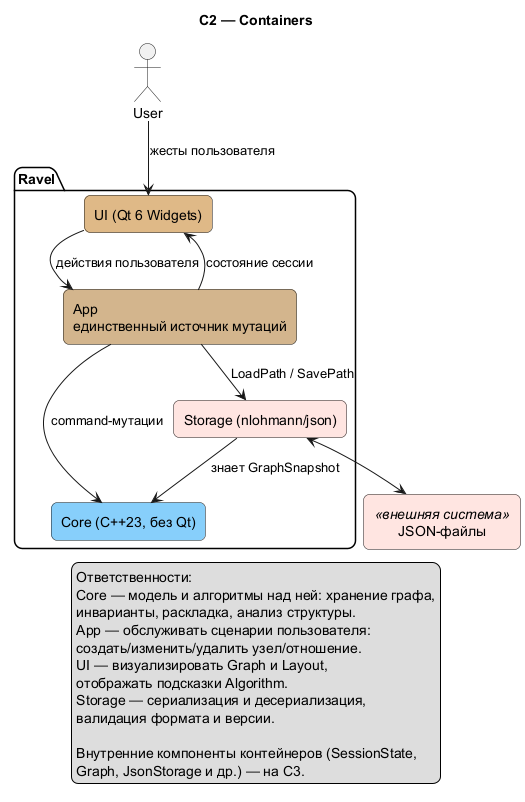
Earlier version of the PlantUML export docs/assets/c4/C2.png (Anastas2817/ravel-kb).
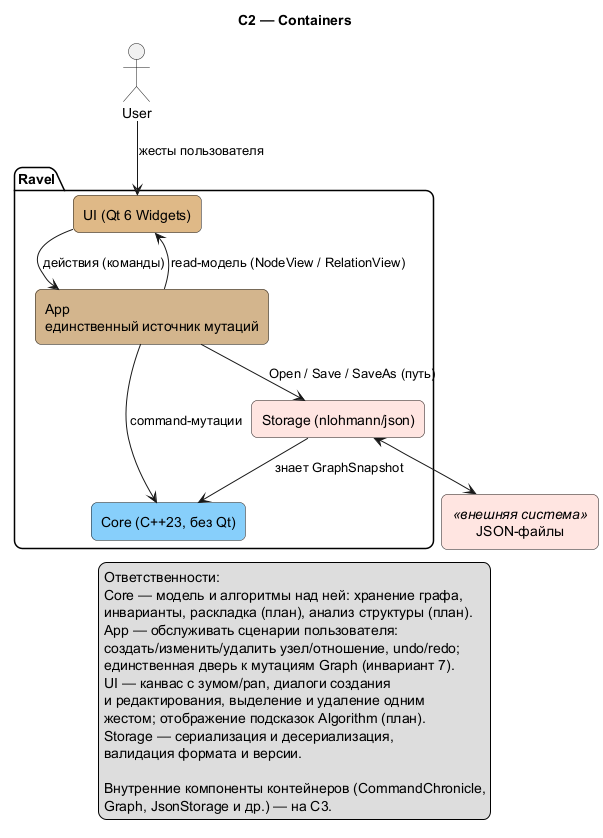
Later version of the same file.

Change to the diagram source:
```diff
@@ -27,25 +27,27 @@
 rectangle "JSON-файлы" as Json <<внешняя система>> #MistyRose
 
 User --> UI : жесты пользователя
-UI --> App : действия пользователя
-App --> UI : состояние сессии
+UI --> App : действия (команды)
+App --> UI : read-модель (NodeView / RelationView)
 App --> Core : command-мутации
 Storage --> Core : знает GraphSnapshot
-App --> Storage : LoadPath / SavePath
+App --> Storage : Open / Save / SaveAs (путь)
 Storage <--> Json
 
 legend bottom
   Ответственности:
   Core — модель и алгоритмы над ней: хранение графа,
-  инварианты, раскладка, анализ структуры.
+  инварианты, раскладка (план), анализ структуры (план).
   App — обслуживать сценарии пользователя:
-  создать/изменить/удалить узел/отношение.
-  UI — визуализировать Graph и Layout,
-  отображать подсказки Algorithm.
+  создать/изменить/удалить узел/отношение, undo/redo;
+  единственная дверь к мутациям Graph (инвариант 7).
+  UI — канвас с зумом/pan, диалоги создания
+  и редактирования, выделение и удаление одним
+  жестом; отображение подсказок Algorithm (план).
   Storage — сериализация и десериализация,
   валидация формата и версии.
 
-  Внутренние компоненты контейнеров (SessionState,
+  Внутренние компоненты контейнеров (CommandChronicle,
   Graph, JsonStorage и др.) — на C3.
 end legend
 @enduml
```
